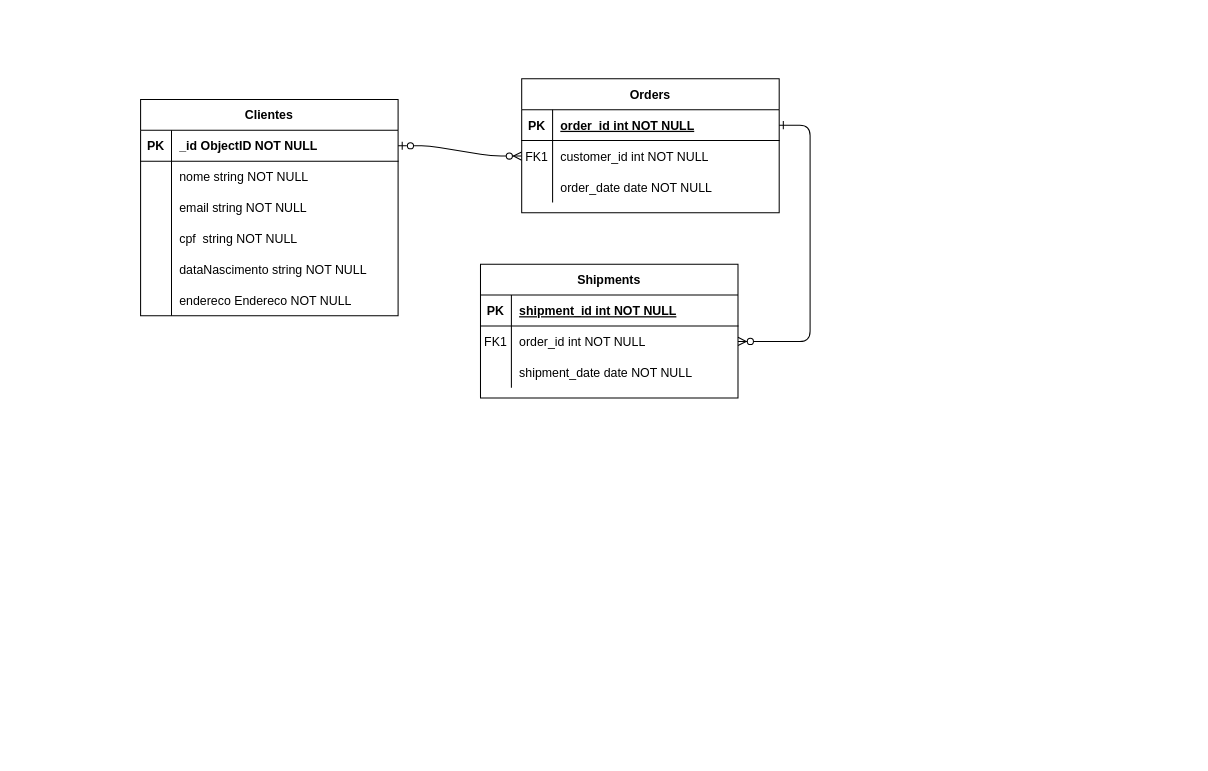
Before: projeto/documentacao/Modelo de dados.drawio in adjamirgalvao/pucminas, a draw.io diagram. Source tidied: cells renumbered, new cells numbered last; positions are measured from the earlier drawing's top-left corner, leaving out a move shared by most shapes. Both pictures are drawn from the tidied source at 103%, with x=0, y=0 at pixel (140, 78).
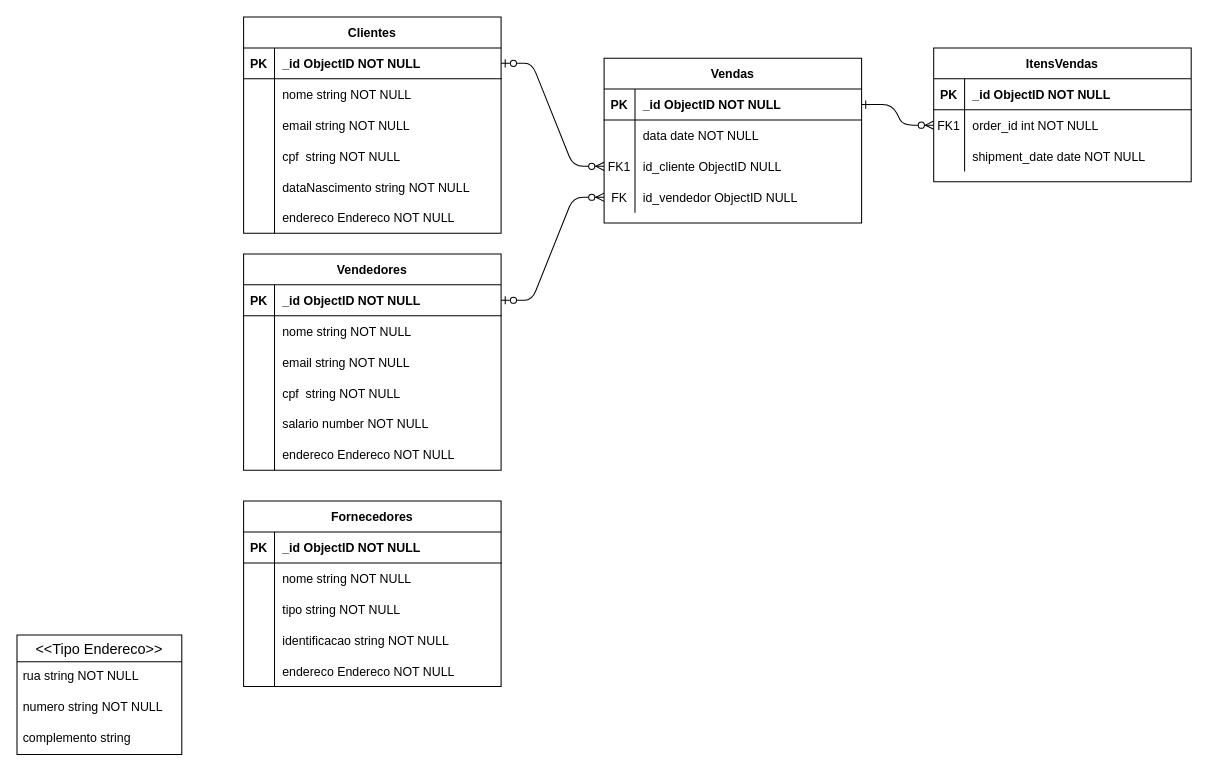
Above is the later version.

Unchanged cells that the change refers to:
```xml
<mxCell id="5" style="shape=partialRectangle;fillColor=none;points=[[0,0.5],[1,0.5]];portConstraint=eastwest;top=0;left=0;right=0;bottom=1;" parent="4" vertex="1">
  <mxGeometry y="30" width="250" height="30" as="geometry" />
</mxCell>
<mxCell id="15" style="shape=partialRectangle;fillColor=none;top=0;left=0;right=0;bottom=1;" parent="14" vertex="1">
  <mxGeometry y="30" width="250" height="30" as="geometry" />
</mxCell>
```

The edit, as a diff of the source:
```diff
@@
-    <mxCell id="4" value="Orders" style="shape=table;startSize=30;childLayout=tableLayout;rowLines=0;fontStyle=1;align=center;" parent="1" vertex="1">
-      <mxGeometry x="370" width="250" height="130" as="geometry" />
+    <mxCell id="4" value="Vendas" style="shape=table;startSize=30;childLayout=tableLayout;rowLines=0;fontStyle=1;align=center;" parent="1" vertex="1">
+      <mxGeometry x="450" y="-20" width="250" height="160" as="geometry" />
     </mxCell>
@@
-    <mxCell id="7" value="order_id int NOT NULL " style="shape=partialRectangle;overflow=hidden;fillColor=none;top=0;left=0;bottom=0;right=0;align=left;spacingLeft=6;fontStyle=5;" parent="5" vertex="1">
+    <mxCell id="7" value="_id ObjectID NOT NULL" style="shape=partialRectangle;overflow=hidden;fillColor=none;top=0;left=0;bottom=0;right=0;align=left;spacingLeft=6;fontStyle=1;" parent="5" vertex="1">
       <mxGeometry x="30" width="220" height="30" as="geometry" />
     </mxCell>
+    <mxCell id="44" style="shape=partialRectangle;fillColor=none;top=0;left=0;right=0;bottom=0;" parent="4" vertex="1">
+      <mxGeometry y="60" width="250" height="30" as="geometry" />
+    </mxCell>
+    <mxCell id="45" style="shape=partialRectangle;overflow=hidden;fillColor=none;top=0;left=0;bottom=0;right=0;" parent="44" vertex="1">
+      <mxGeometry width="30" height="30" as="geometry" />
+    </mxCell>
+    <mxCell id="46" value="data date NOT NULL" style="shape=partialRectangle;overflow=hidden;fillColor=none;top=0;left=0;bottom=0;right=0;align=left;spacingLeft=6;" parent="44" vertex="1">
+      <mxGeometry x="30" width="220" height="30" as="geometry" />
+    </mxCell>
     <mxCell id="8" style="shape=partialRectangle;fillColor=none;points=[[0,0.5],[1,0.5]];portConstraint=eastwest;top=0;left=0;right=0;bottom=0;" parent="4" vertex="1">
-      <mxGeometry y="60" width="250" height="30" as="geometry" />
+      <mxGeometry y="90" width="250" height="30" as="geometry" />
     </mxCell>
@@
-    <mxCell id="10" value="customer_id int NOT NULL" style="shape=partialRectangle;overflow=hidden;fillColor=none;top=0;left=0;bottom=0;right=0;align=left;spacingLeft=6;" parent="8" vertex="1">
+    <mxCell id="10" value="id_cliente ObjectID NULL" style="shape=partialRectangle;overflow=hidden;fillColor=none;top=0;left=0;bottom=0;right=0;align=left;spacingLeft=6;" parent="8" vertex="1">
       <mxGeometry x="30" width="220" height="30" as="geometry" />
     </mxCell>
     <mxCell id="11" style="shape=partialRectangle;fillColor=none;points=[[0,0.5],[1,0.5]];portConstraint=eastwest;top=0;left=0;right=0;bottom=0;" parent="4" vertex="1">
-      <mxGeometry y="90" width="250" height="30" as="geometry" />
+      <mxGeometry y="120" width="250" height="30" as="geometry" />
     </mxCell>
-    <mxCell id="12" style="shape=partialRectangle;overflow=hidden;fillColor=none;top=0;left=0;bottom=0;right=0;" parent="11" vertex="1">
+    <mxCell id="12" value="FK" style="shape=partialRectangle;overflow=hidden;fillColor=none;top=0;left=0;bottom=0;right=0;" parent="11" vertex="1">
       <mxGeometry width="30" height="30" as="geometry" />
     </mxCell>
-    <mxCell id="13" value="order_date date NOT NULL" style="shape=partialRectangle;overflow=hidden;fillColor=none;top=0;left=0;bottom=0;right=0;align=left;spacingLeft=6;" parent="11" vertex="1">
+    <mxCell id="13" value="id_vendedor ObjectID NULL" style="shape=partialRectangle;overflow=hidden;fillColor=none;top=0;left=0;bottom=0;right=0;align=left;spacingLeft=6;" parent="11" vertex="1">
       <mxGeometry x="30" width="220" height="30" as="geometry" />
     </mxCell>
-    <mxCell id="14" value="Shipments" style="shape=table;startSize=30;childLayout=tableLayout;rowLines=0;fontStyle=1;align=center;" parent="1" vertex="1">
-      <mxGeometry x="330" y="180" width="250" height="130" as="geometry" />
+    <mxCell id="14" value="ItensVendas" style="shape=table;startSize=30;childLayout=tableLayout;rowLines=0;fontStyle=1;align=center;" parent="1" vertex="1">
+      <mxGeometry x="770" y="-30" width="250" height="130" as="geometry" />
     </mxCell>
@@
-    <mxCell id="17" value="shipment_id int NOT NULL " style="shape=partialRectangle;overflow=hidden;fillColor=none;top=0;left=0;bottom=0;right=0;align=left;spacingLeft=6;fontStyle=5;" parent="15" vertex="1">
+    <mxCell id="17" value="_id ObjectID NOT NULL" style="shape=partialRectangle;overflow=hidden;fillColor=none;top=0;left=0;bottom=0;right=0;align=left;spacingLeft=6;fontStyle=1;" parent="15" vertex="1">
       <mxGeometry x="30" width="220" height="30" as="geometry" />
     </mxCell>
@@
     <mxCell id="24" value="Clientes" style="shape=table;startSize=30;childLayout=tableLayout;rowLines=0;fontStyle=1;align=center;" parent="1" vertex="1">
-      <mxGeometry y="20" width="250" height="210" as="geometry" />
+      <mxGeometry x="100" y="-60" width="250" height="210" as="geometry" />
     </mxCell>
@@
+    <mxCell id="47" value="&lt;&lt;Tipo Endereco&gt;&gt;" style="swimlane;fontStyle=0;horizontal=1;startSize=26;align=center;fontSize=14;" parent="1" vertex="1">
+      <mxGeometry x="-120" y="540" width="160" height="116" as="geometry" />
+    </mxCell>
+    <mxCell id="48" value="rua string NOT NULL" style="text;strokeColor=none;fillColor=none;spacingLeft=4;spacingRight=4;overflow=hidden;fontSize=12;" parent="47" vertex="1">
+      <mxGeometry y="26" width="160" height="30" as="geometry" />
+    </mxCell>
+    <mxCell id="49" value="numero string NOT NULL" style="text;strokeColor=none;fillColor=none;spacingLeft=4;spacingRight=4;overflow=hidden;fontSize=12;" parent="47" vertex="1">
+      <mxGeometry y="56" width="160" height="30" as="geometry" />
+    </mxCell>
+    <mxCell id="50" value="complemento string" style="text;strokeColor=none;fillColor=none;spacingLeft=4;spacingRight=4;overflow=hidden;fontSize=12;" parent="47" vertex="1">
+      <mxGeometry y="86" width="160" height="30" as="geometry" />
+    </mxCell>
+    <mxCell id="51" value="Fornecedores" style="shape=table;startSize=30;childLayout=tableLayout;rowLines=0;fontStyle=1;align=center;" parent="1" vertex="1">
+      <mxGeometry x="100" y="410" width="250" height="180" as="geometry" />
+    </mxCell>
+    <mxCell id="52" style="shape=partialRectangle;fillColor=none;top=0;left=0;right=0;bottom=1;" parent="51" vertex="1">
+      <mxGeometry y="30" width="250" height="30" as="geometry" />
+    </mxCell>
+    <mxCell id="53" value="PK" style="shape=partialRectangle;overflow=hidden;fillColor=none;top=0;left=0;bottom=0;right=0;fontStyle=1;" parent="52" vertex="1">
+      <mxGeometry width="30" height="30" as="geometry" />
+    </mxCell>
+    <mxCell id="54" value="_id ObjectID NOT NULL " style="shape=partialRectangle;overflow=hidden;fillColor=none;top=0;left=0;bottom=0;right=0;align=left;spacingLeft=6;fontStyle=1;" parent="52" vertex="1">
+      <mxGeometry x="30" width="220" height="30" as="geometry" />
+    </mxCell>
+    <mxCell id="55" style="shape=partialRectangle;fillColor=none;top=0;left=0;right=0;bottom=0;" parent="51" vertex="1">
+      <mxGeometry y="60" width="250" height="30" as="geometry" />
+    </mxCell>
+    <mxCell id="56" style="shape=partialRectangle;overflow=hidden;fillColor=none;top=0;left=0;bottom=0;right=0;" parent="55" vertex="1">
+      <mxGeometry width="30" height="30" as="geometry" />
+    </mxCell>
+    <mxCell id="57" value="nome string NOT NULL" style="shape=partialRectangle;overflow=hidden;fillColor=none;top=0;left=0;bottom=0;right=0;align=left;spacingLeft=6;" parent="55" vertex="1">
+      <mxGeometry x="30" width="220" height="30" as="geometry" />
+    </mxCell>
+    <mxCell id="58" style="shape=tableRow;horizontal=0;startSize=0;swimlaneHead=0;swimlaneBody=0;fillColor=none;top=0;left=0;right=0;bottom=0;" parent="51" vertex="1">
+      <mxGeometry y="90" width="250" height="30" as="geometry" />
+    </mxCell>
+    <mxCell id="59" style="shape=partialRectangle;fillColor=none;top=0;left=0;bottom=0;right=0;overflow=hidden;" parent="58" vertex="1">
+      <mxGeometry width="30" height="30" as="geometry" />
+    </mxCell>
+    <mxCell id="60" value="tipo string NOT NULL" style="shape=partialRectangle;fillColor=none;top=0;left=0;bottom=0;right=0;align=left;spacingLeft=6;overflow=hidden;" parent="58" vertex="1">
+      <mxGeometry x="30" width="220" height="30" as="geometry" />
+    </mxCell>
+    <mxCell id="61" style="shape=tableRow;horizontal=0;startSize=0;swimlaneHead=0;swimlaneBody=0;fillColor=none;top=0;left=0;right=0;bottom=0;" parent="51" vertex="1">
+      <mxGeometry y="120" width="250" height="30" as="geometry" />
+    </mxCell>
+    <mxCell id="62" style="shape=partialRectangle;fillColor=none;top=0;left=0;bottom=0;right=0;overflow=hidden;" parent="61" vertex="1">
+      <mxGeometry width="30" height="30" as="geometry" />
+    </mxCell>
+    <mxCell id="63" value="identificacao string NOT NULL" style="shape=partialRectangle;fillColor=none;top=0;left=0;bottom=0;right=0;align=left;spacingLeft=6;overflow=hidden;" parent="61" vertex="1">
+      <mxGeometry x="30" width="220" height="30" as="geometry" />
+    </mxCell>
+    <mxCell id="64" style="shape=tableRow;horizontal=0;startSize=0;swimlaneHead=0;swimlaneBody=0;fillColor=none;top=0;left=0;right=0;bottom=0;" parent="51" vertex="1">
+      <mxGeometry y="150" width="250" height="30" as="geometry" />
+    </mxCell>
+    <mxCell id="65" style="shape=partialRectangle;fillColor=none;top=0;left=0;bottom=0;right=0;overflow=hidden;" parent="64" vertex="1">
+      <mxGeometry width="30" height="30" as="geometry" />
+    </mxCell>
+    <mxCell id="66" value="endereco Endereco NOT NULL" style="shape=partialRectangle;fillColor=none;top=0;left=0;bottom=0;right=0;align=left;spacingLeft=6;overflow=hidden;" parent="64" vertex="1">
+      <mxGeometry x="30" width="220" height="30" as="geometry" />
+    </mxCell>
+    <mxCell id="67" value="Vendedores" style="shape=table;startSize=30;childLayout=tableLayout;rowLines=0;fontStyle=1;align=center;" parent="1" vertex="1">
+      <mxGeometry x="100" y="170" width="250" height="210" as="geometry" />
+    </mxCell>
+    <mxCell id="68" style="shape=partialRectangle;fillColor=none;points=[[0,0.5],[1,0.5]];portConstraint=eastwest;top=0;left=0;right=0;bottom=1;" parent="67" vertex="1">
+      <mxGeometry y="30" width="250" height="30" as="geometry" />
+    </mxCell>
+    <mxCell id="69" value="PK" style="shape=partialRectangle;overflow=hidden;fillColor=none;top=0;left=0;bottom=0;right=0;fontStyle=1;" parent="68" vertex="1">
+      <mxGeometry width="30" height="30" as="geometry" />
+    </mxCell>
+    <mxCell id="70" value="_id ObjectID NOT NULL " style="shape=partialRectangle;overflow=hidden;fillColor=none;top=0;left=0;bottom=0;right=0;align=left;spacingLeft=6;fontStyle=1;" parent="68" vertex="1">
+      <mxGeometry x="30" width="220" height="30" as="geometry" />
+    </mxCell>
+    <mxCell id="71" style="shape=partialRectangle;fillColor=none;top=0;left=0;right=0;bottom=0;" parent="67" vertex="1">
+      <mxGeometry y="60" width="250" height="30" as="geometry" />
+    </mxCell>
+    <mxCell id="72" style="shape=partialRectangle;overflow=hidden;fillColor=none;top=0;left=0;bottom=0;right=0;" parent="71" vertex="1">
+      <mxGeometry width="30" height="30" as="geometry" />
+    </mxCell>
+    <mxCell id="73" value="nome string NOT NULL" style="shape=partialRectangle;overflow=hidden;fillColor=none;top=0;left=0;bottom=0;right=0;align=left;spacingLeft=6;" parent="71" vertex="1">
+      <mxGeometry x="30" width="220" height="30" as="geometry" />
+    </mxCell>
+    <mxCell id="74" style="shape=tableRow;horizontal=0;startSize=0;swimlaneHead=0;swimlaneBody=0;fillColor=none;top=0;left=0;right=0;bottom=0;" parent="67" vertex="1">
+      <mxGeometry y="90" width="250" height="30" as="geometry" />
+    </mxCell>
+    <mxCell id="75" style="shape=partialRectangle;fillColor=none;top=0;left=0;bottom=0;right=0;overflow=hidden;" parent="74" vertex="1">
+      <mxGeometry width="30" height="30" as="geometry" />
+    </mxCell>
+    <mxCell id="76" value="email string NOT NULL" style="shape=partialRectangle;fillColor=none;top=0;left=0;bottom=0;right=0;align=left;spacingLeft=6;overflow=hidden;" parent="74" vertex="1">
+      <mxGeometry x="30" width="220" height="30" as="geometry" />
+    </mxCell>
+    <mxCell id="77" style="shape=tableRow;horizontal=0;startSize=0;swimlaneHead=0;swimlaneBody=0;fillColor=none;top=0;left=0;right=0;bottom=0;" parent="67" vertex="1">
+      <mxGeometry y="120" width="250" height="30" as="geometry" />
+    </mxCell>
+    <mxCell id="78" style="shape=partialRectangle;fillColor=none;top=0;left=0;bottom=0;right=0;overflow=hidden;" parent="77" vertex="1">
+      <mxGeometry width="30" height="30" as="geometry" />
+    </mxCell>
+    <mxCell id="79" value="cpf  string NOT NULL" style="shape=partialRectangle;fillColor=none;top=0;left=0;bottom=0;right=0;align=left;spacingLeft=6;overflow=hidden;" parent="77" vertex="1">
+      <mxGeometry x="30" width="220" height="30" as="geometry" />
+    </mxCell>
+    <mxCell id="80" style="shape=tableRow;horizontal=0;startSize=0;swimlaneHead=0;swimlaneBody=0;fillColor=none;top=0;left=0;right=0;bottom=0;" parent="67" vertex="1">
+      <mxGeometry y="150" width="250" height="30" as="geometry" />
+    </mxCell>
+    <mxCell id="81" style="shape=partialRectangle;fillColor=none;top=0;left=0;bottom=0;right=0;overflow=hidden;" parent="80" vertex="1">
+      <mxGeometry width="30" height="30" as="geometry" />
+    </mxCell>
+    <mxCell id="82" value="salario number NOT NULL" style="shape=partialRectangle;fillColor=none;top=0;left=0;bottom=0;right=0;align=left;spacingLeft=6;overflow=hidden;" parent="80" vertex="1">
+      <mxGeometry x="30" width="220" height="30" as="geometry" />
+    </mxCell>
+    <mxCell id="83" style="shape=tableRow;horizontal=0;startSize=0;swimlaneHead=0;swimlaneBody=0;fillColor=none;top=0;left=0;right=0;bottom=0;" parent="67" vertex="1">
+      <mxGeometry y="180" width="250" height="30" as="geometry" />
+    </mxCell>
+    <mxCell id="84" style="shape=partialRectangle;fillColor=none;top=0;left=0;bottom=0;right=0;overflow=hidden;" parent="83" vertex="1">
+      <mxGeometry width="30" height="30" as="geometry" />
+    </mxCell>
+    <mxCell id="85" value="endereco Endereco NOT NULL" style="shape=partialRectangle;fillColor=none;top=0;left=0;bottom=0;right=0;align=left;spacingLeft=6;overflow=hidden;" parent="83" vertex="1">
+      <mxGeometry x="30" width="220" height="30" as="geometry" />
+    </mxCell>
+    <mxCell id="86" style="edgeStyle=entityRelationEdgeStyle;endArrow=ERzeroToMany;startArrow=ERzeroToOne;endFill=1;startFill=0;entryX=0;entryY=0.5;entryDx=0;entryDy=0;exitX=1;exitY=0.5;exitDx=0;exitDy=0;" parent="1" edge="1" source="68" target="11">
+      <mxGeometry relative="1" as="geometry" />
+    </mxCell>
```
